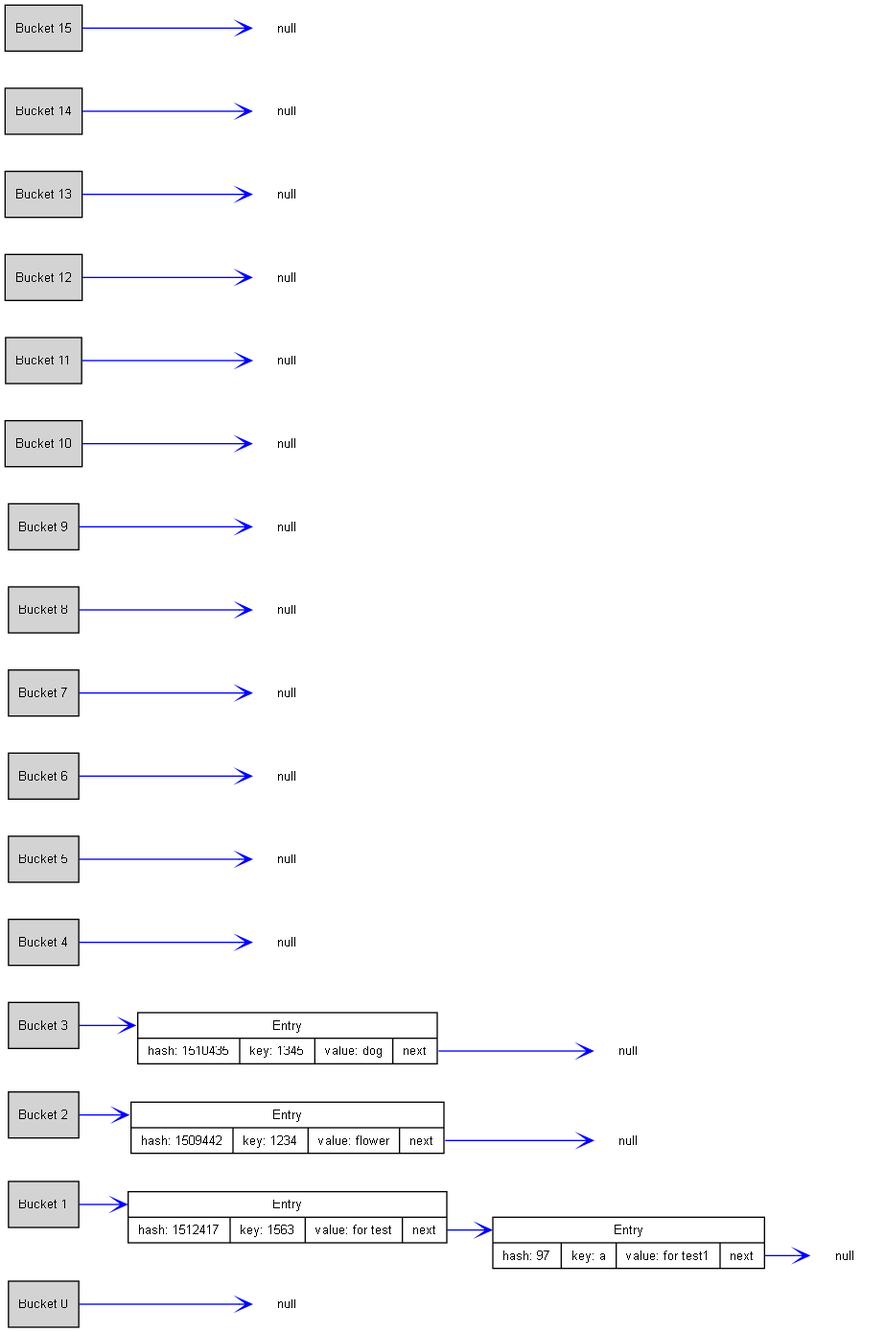
kattrin0/HashMap keeps this Graphviz diagram as hashmap.png. Above is the earlier version. Its source is kept beside it as hashmap.dot.
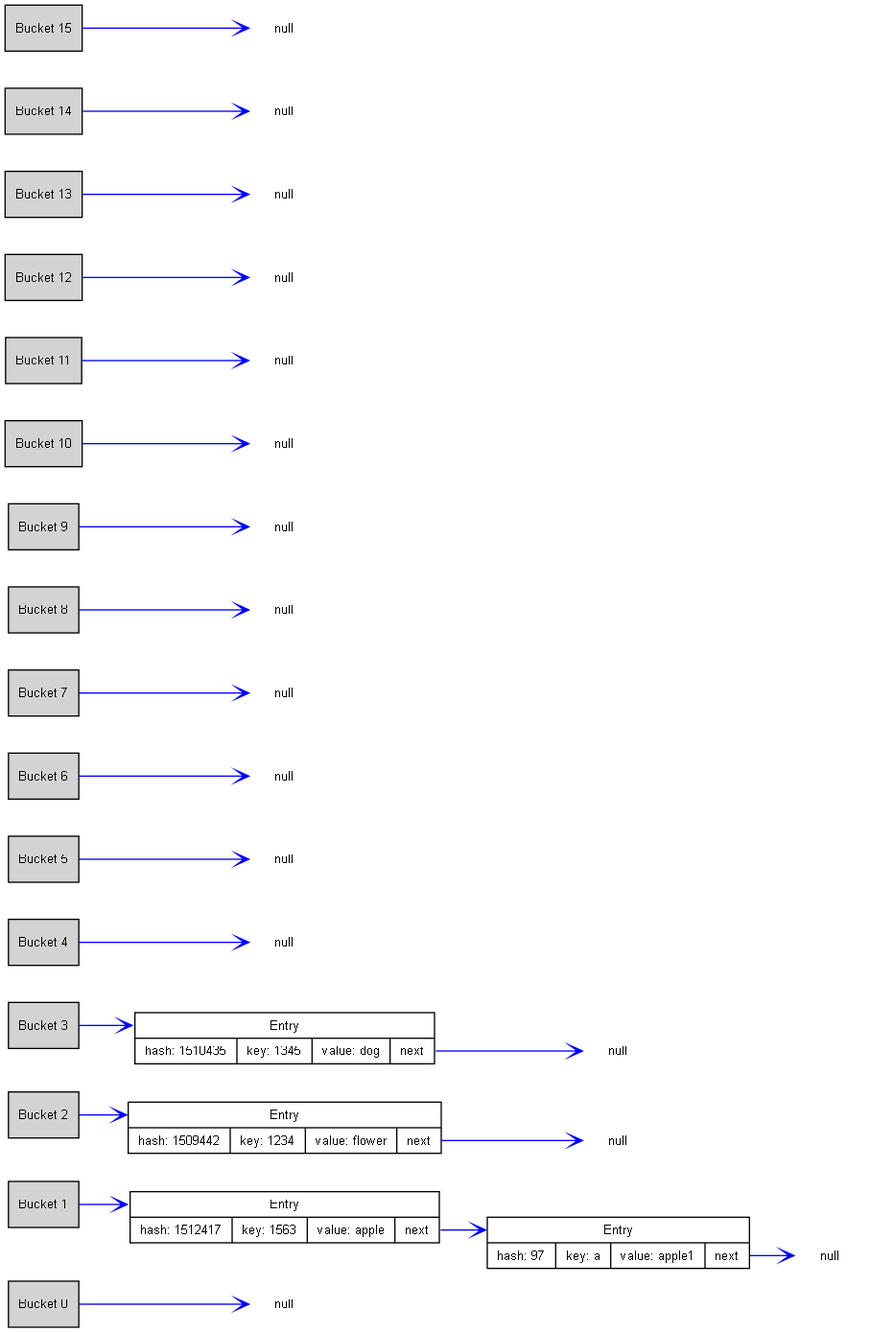
The same diagram one commit later.

Change to the diagram source:
```diff
@@ -23,10 +23,10 @@
   bucket15 [label="Bucket 15", shape=box, style=filled, fillcolor=lightgray];
   null0 [label="null", shape=plaintext];
   bucket0 -> null0 ;
-  node_1_0 [label="<f0> Entry |{hash: 1512417 | key: 1563 | value: for test | <f1> next}"];
+  node_1_0 [label="<f0> Entry |{hash: 1512417 | key: 1563 | value: apple | <f1> next}"];
   bucket1 -> node_1_0:f0;
   node_1_0:f1 -> node_1_1:f0;
-  node_1_1 [label="<f0> Entry |{hash: 97 | key: a | value: for test1 | <f1> next}"];
+  node_1_1 [label="<f0> Entry |{hash: 97 | key: a | value: apple1 | <f1> next}"];
   null1 [label="null", shape=plaintext];
   node_1_1:f1 -> null1;
   node_2_0 [label="<f0> Entry |{hash: 1509442 | key: 1234 | value: flower | <f1> next}"];
```
